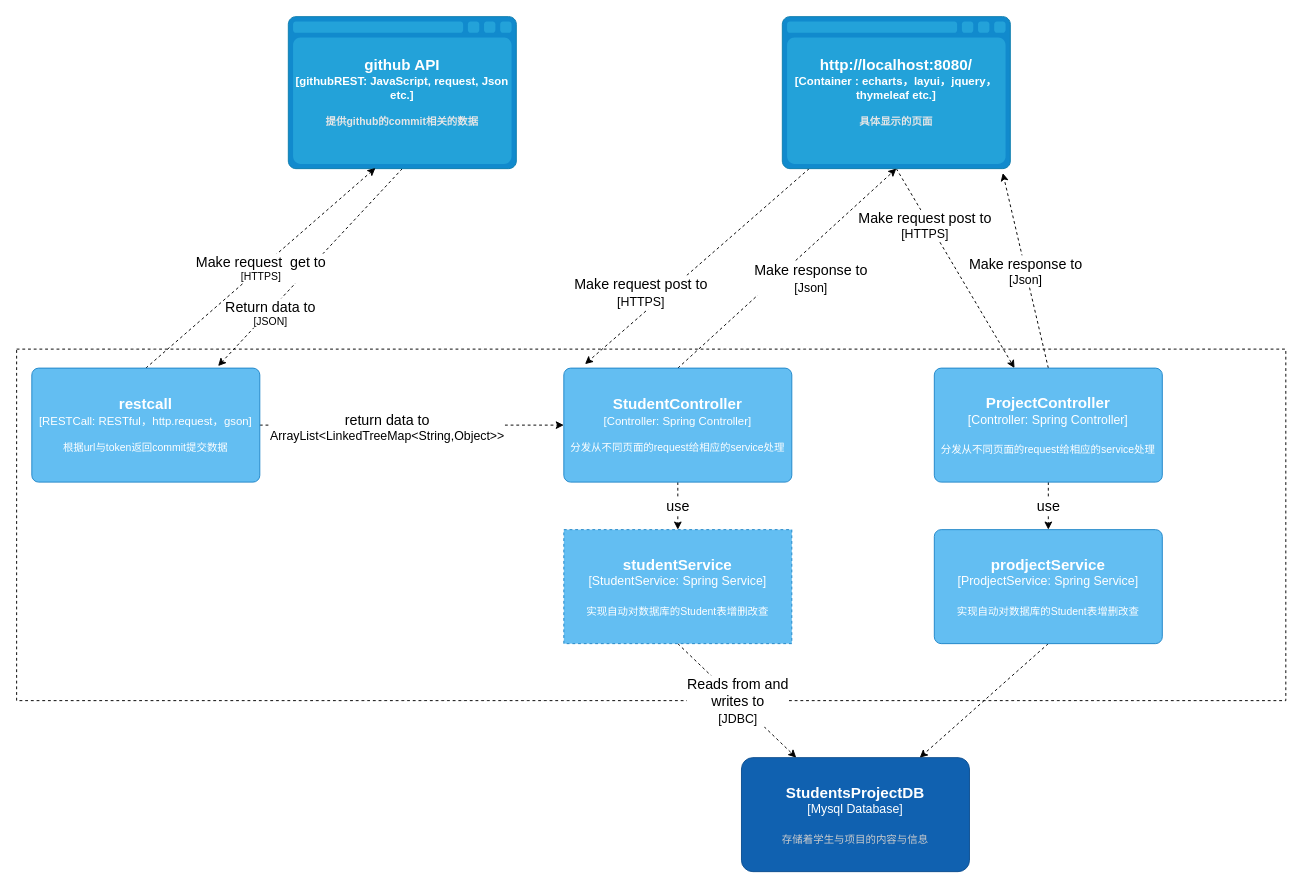
Earlier version of the draw.io diagram 建模图/API Application组件图.drawio (Distributed-System-Course/Student-Grade-Accessment-System). Source tidied: cells renumbered, new cells numbered last; positions are measured from the earlier drawing's top-left corner, leaving out a move shared by most shapes. Both pictures are drawn from the tidied source at 95%, with x=0, y=0 at pixel (16, 16).
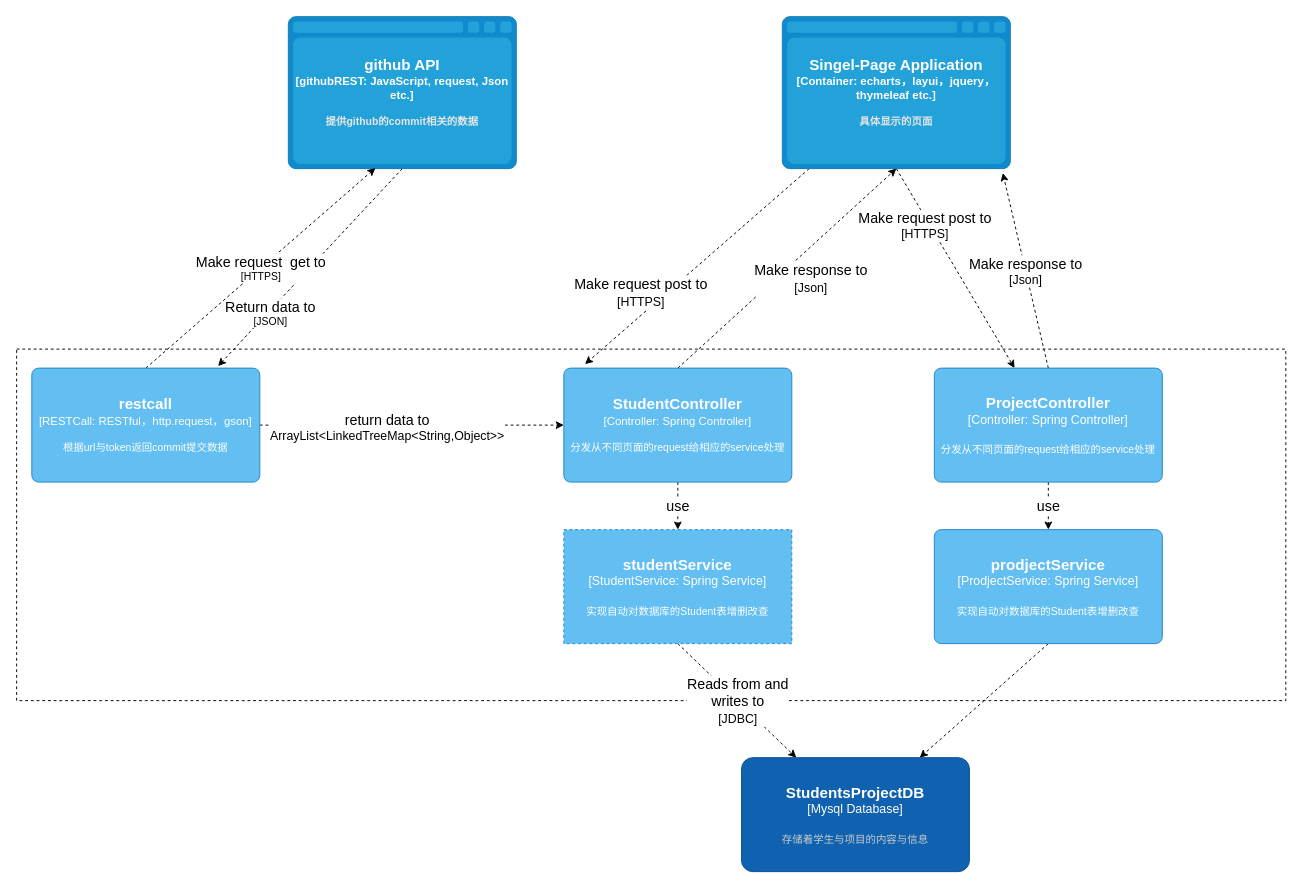
Above is the later version.

The edit, as a diff of the source:
```diff
@@
-    <object id="8" label="&lt;font style=&quot;font-size: 16px&quot;&gt;&lt;b&gt;%c4Type%&lt;/font&gt;&lt;div&gt;[%c4Container%:&amp;nbsp;%c4Technology%]&lt;/div&gt;&lt;br&gt;&lt;div&gt;&lt;font style=&quot;font-size: 11px&quot;&gt;&lt;font color=&quot;#E6E6E6&quot;&gt;%c4Description%&lt;/font&gt;&lt;/div&gt;" c4Container="Container " c4Description="具体显示的页面" c4Technology="echarts，layui，jquery，thymeleaf etc." c4Type="http://localhost:8080/" placeholders="1">
+    <object id="8" label="&lt;font style=&quot;font-size: 16px&quot;&gt;&lt;b&gt;%c4Type%&lt;/font&gt;&lt;div&gt;[%c4Container%:&amp;nbsp;%c4Technology%]&lt;/div&gt;&lt;br&gt;&lt;div&gt;&lt;font style=&quot;font-size: 11px&quot;&gt;&lt;font color=&quot;#E6E6E6&quot;&gt;%c4Description%&lt;/font&gt;&lt;/div&gt;" c4Container="Container" c4Description="具体显示的页面" c4Technology="echarts，layui，jquery，thymeleaf etc." c4Type="Singel-Page Application" placeholders="1">
       <mxCell style="shape=mxgraph.c4.webBrowserContainer;whiteSpace=wrap;html=1;boundedLbl=1;rounded=0;labelBackgroundColor=none;fillColor=#118ACD;fontSize=12;fontColor=#ffffff;align=center;strokeColor=#0E7DAD;points=[[0.5,0,0],[1,0.25,0],[1,0.5,0],[1,0.75,0],[0.5,1,0],[0,0.75,0],[0,0.5,0],[0,0.25,0]];" parent="1" vertex="1">
         <mxGeometry x="806" width="240" height="160" as="geometry" />
       </mxCell>
     </object>
```
